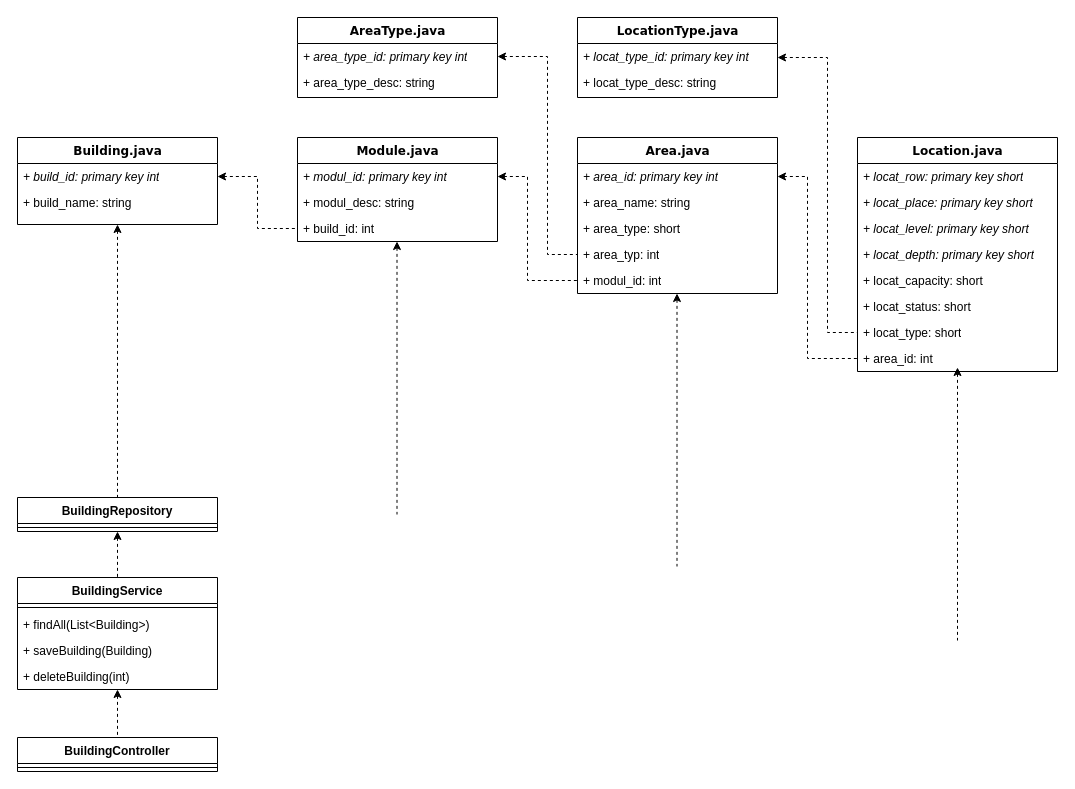
This is building.drawio from denamed/HutWMS, a draw.io file, before an edit. Source tidied: cells renumbered, new cells numbered last; positions are measured from the earlier drawing's top-left corner, leaving out a move shared by most shapes. Both pictures are drawn from the tidied source at 100%, with x=0, y=0 at pixel (17, 17).
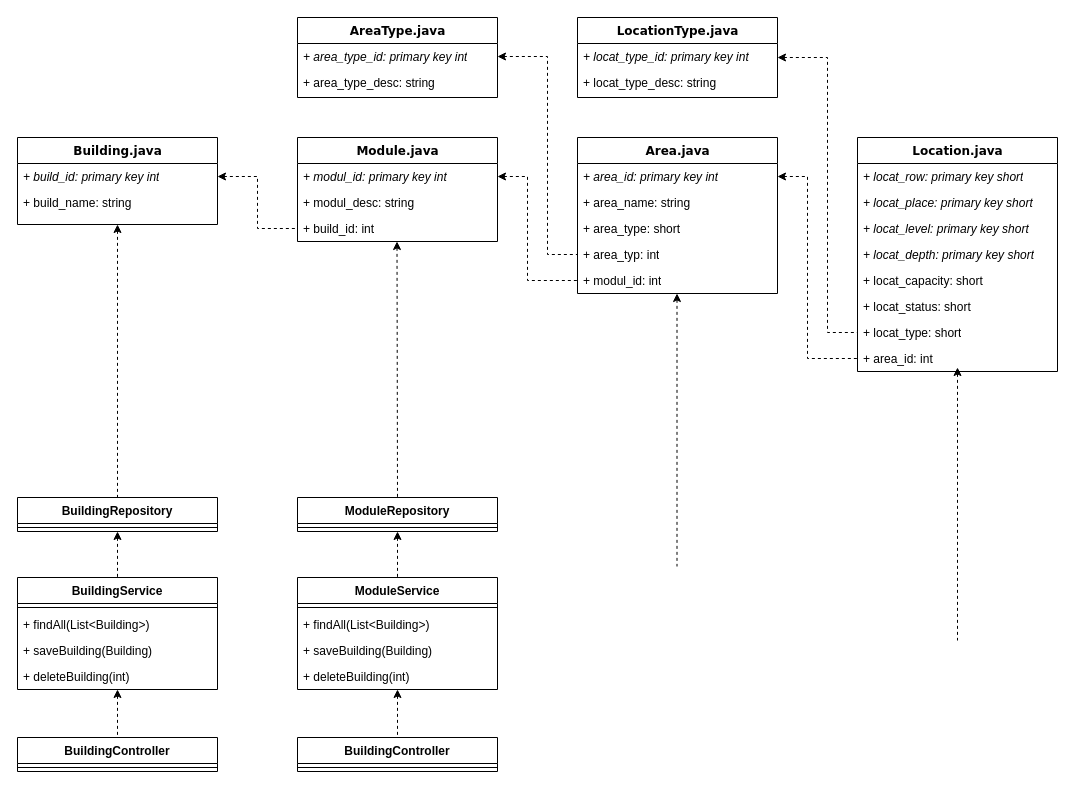
The same diagram, later.

Diff of the diagram source:
```diff
@@
-    <mxCell id="47" style="edgeStyle=orthogonalEdgeStyle;rounded=0;orthogonalLoop=1;jettySize=auto;html=1;dashed=1;startArrow=classic;startFill=1;endArrow=none;endFill=0;entryX=0.5;entryY=0;entryDx=0;entryDy=0;" parent="1" edge="1">
+    <mxCell id="47" style="edgeStyle=orthogonalEdgeStyle;rounded=0;jettySize=auto;html=1;dashed=1;startArrow=classic;startFill=1;endArrow=none;endFill=0;entryX=0.5;entryY=0;entryDx=0;entryDy=0;" parent="1" edge="1" target="50">
       <mxGeometry relative="1" as="geometry">
         <mxPoint x="379.5" y="224" as="sourcePoint" />
-        <mxPoint x="379.5" y="497" as="targetPoint" />
       </mxGeometry>
     </mxCell>
@@
+    <mxCell id="50" value="ModuleRepository" style="swimlane;fontStyle=1;align=center;verticalAlign=top;horizontal=1;startSize=26;" parent="1" vertex="1">
+      <mxGeometry x="280" y="480" width="200" height="34" as="geometry" />
+    </mxCell>
+    <mxCell id="51" style="line;strokeWidth=1;fillColor=none;align=left;verticalAlign=middle;spacingTop=-1;spacingLeft=3;spacingRight=3;labelPosition=right;strokeColor=inherit;" parent="50" vertex="1">
+      <mxGeometry y="26" width="200" height="8" as="geometry" />
+    </mxCell>
+    <mxCell id="52" value="ModuleService" style="swimlane;fontStyle=1;align=center;verticalAlign=top;horizontal=1;startSize=26;" parent="1" vertex="1">
+      <mxGeometry x="280" y="560" width="200" height="112" as="geometry" />
+    </mxCell>
+    <mxCell id="53" style="line;strokeWidth=1;fillColor=none;align=left;verticalAlign=middle;spacingTop=-1;spacingLeft=3;spacingRight=3;labelPosition=right;strokeColor=inherit;" parent="52" vertex="1">
+      <mxGeometry y="26" width="200" height="8" as="geometry" />
+    </mxCell>
+    <mxCell id="54" value="+ findAll(List&lt;Building&gt;)" style="text;strokeColor=none;fillColor=none;align=left;verticalAlign=top;spacingLeft=4;spacingRight=4;overflow=hidden;" parent="52" vertex="1">
+      <mxGeometry y="34" width="200" height="26" as="geometry" />
+    </mxCell>
+    <mxCell id="55" value="+ saveBuilding(Building)" style="text;strokeColor=none;fillColor=none;align=left;verticalAlign=top;spacingLeft=4;spacingRight=4;overflow=hidden;" parent="52" vertex="1">
+      <mxGeometry y="60" width="200" height="26" as="geometry" />
+    </mxCell>
+    <mxCell id="56" value="+ deleteBuilding(int)" style="text;strokeColor=none;fillColor=none;align=left;verticalAlign=top;spacingLeft=4;spacingRight=4;overflow=hidden;" parent="52" vertex="1">
+      <mxGeometry y="86" width="200" height="26" as="geometry" />
+    </mxCell>
+    <mxCell id="57" value="BuildingController" style="swimlane;fontStyle=1;align=center;verticalAlign=top;horizontal=1;startSize=26;" parent="1" vertex="1">
+      <mxGeometry x="280" y="720" width="200" height="34" as="geometry" />
+    </mxCell>
+    <mxCell id="58" style="line;strokeWidth=1;fillColor=none;align=left;verticalAlign=middle;spacingTop=-1;spacingLeft=3;spacingRight=3;labelPosition=right;strokeColor=inherit;" parent="57" vertex="1">
+      <mxGeometry y="26" width="200" height="8" as="geometry" />
+    </mxCell>
+    <mxCell id="59" style="edgeStyle=orthogonalEdgeStyle;rounded=0;jettySize=auto;html=1;dashed=1;startArrow=classic;startFill=1;endArrow=none;endFill=0;entryX=0.5;entryY=0;entryDx=0;entryDy=0;exitX=0.5;exitY=1;exitDx=0;exitDy=0;" parent="1" edge="1" source="50" target="52">
+      <mxGeometry relative="1" as="geometry" />
+    </mxCell>
+    <mxCell id="60" style="edgeStyle=orthogonalEdgeStyle;rounded=0;jettySize=auto;html=1;dashed=1;startArrow=classic;startFill=1;endArrow=none;endFill=0;entryX=0.5;entryY=0;entryDx=0;entryDy=0;" parent="1" edge="1" source="52" target="57">
+      <mxGeometry relative="1" as="geometry">
+        <Array as="points">
+          <mxPoint x="380" y="690" />
+          <mxPoint x="380" y="690" />
+        </Array>
+      </mxGeometry>
+    </mxCell>
```
